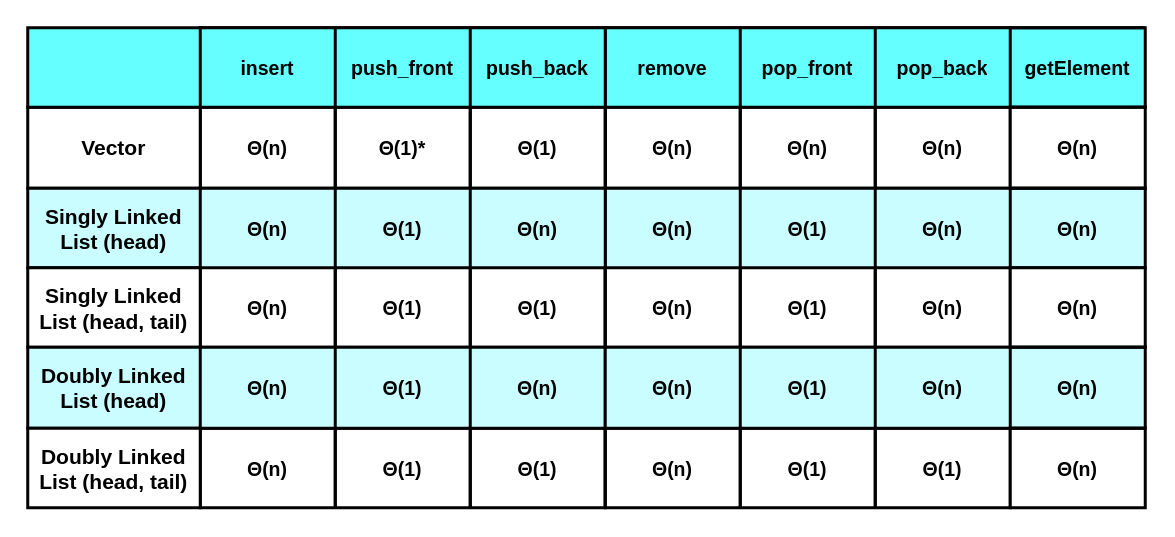
Earlier version of the draw.io diagram Pract 04/Images/timeComplexity.drawio (KristinaKalemdzhieva/Data_structures_and_algorithms_pract_FMI). Source tidied: cells renumbered, new cells numbered last; positions are measured from the earlier drawing's top-left corner, leaving out a move shared by most shapes. Both pictures are drawn from the tidied source at 150%, with x=0, y=0 at pixel (27, 27).
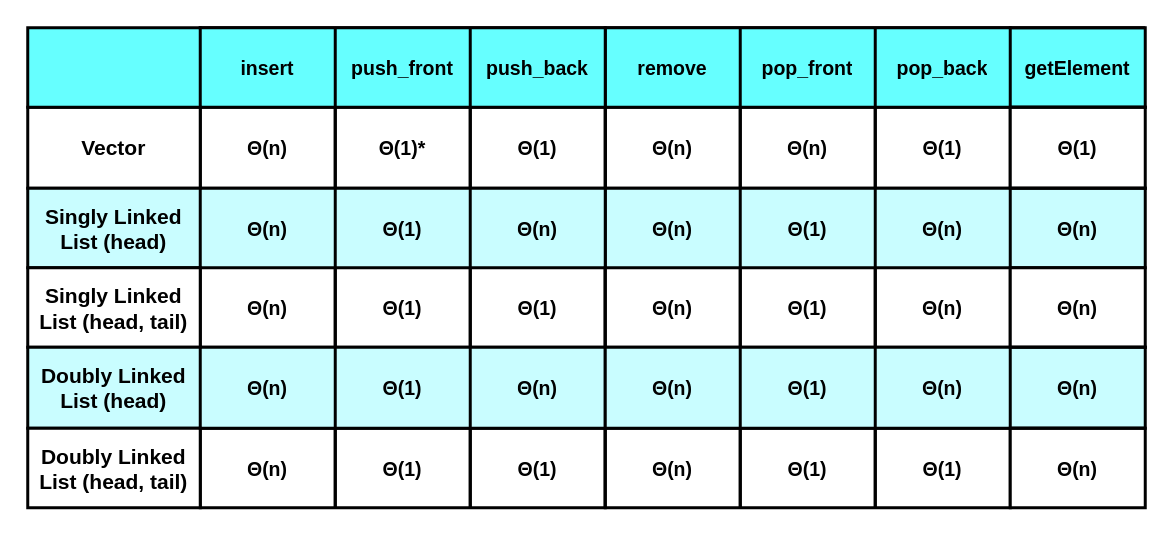
After the change.

Unchanged cells that the change refers to:
```xml
<mxCell id="7" style="shape=tableRow;horizontal=0;startSize=0;swimlaneHead=0;swimlaneBody=0;top=0;left=0;bottom=0;right=0;fillColor=none;strokeColor=#000000;strokeWidth=2;fontColor=#000000;fontSize=13;fontStyle=1;verticalAlign=middle;" parent="2" vertex="1">
  <mxGeometry y="53" width="270" height="54" as="geometry" />
</mxCell>
```

What changed in the source:
```diff
@@
-    <mxCell id="10" value="Θ(n)" style="shape=partialRectangle;html=1;whiteSpace=wrap;fillColor=none;top=0;left=0;bottom=0;right=0;overflow=hidden;strokeColor=#000000;strokeWidth=2;fontColor=#000000;fontSize=13;fontStyle=1;verticalAlign=middle;" parent="7" vertex="1">
+    <mxCell id="10" value="Θ(1)" style="shape=partialRectangle;html=1;whiteSpace=wrap;fillColor=none;top=0;left=0;bottom=0;right=0;overflow=hidden;strokeColor=#000000;strokeWidth=2;fontColor=#000000;fontSize=13;fontStyle=1;verticalAlign=middle;" parent="7" vertex="1">
       <mxGeometry x="180" width="90" height="54" as="geometry" />
     </mxCell>
@@
-    <mxCell id="16" value="Θ(n)" style="rounded=0;whiteSpace=wrap;html=1;strokeColor=#000000;strokeWidth=2;fillColor=#FFFFFF;fontColor=#000000;fontSize=13;fontStyle=1;verticalAlign=middle;" parent="1" vertex="1">
+    <mxCell id="16" value="Θ(1)" style="rounded=0;whiteSpace=wrap;html=1;strokeColor=#000000;strokeWidth=2;fillColor=#FFFFFF;fontColor=#000000;fontSize=13;fontStyle=1;verticalAlign=middle;" parent="1" vertex="1">
       <mxGeometry x="655" y="53" width="90" height="54" as="geometry" />
     </mxCell>
```
